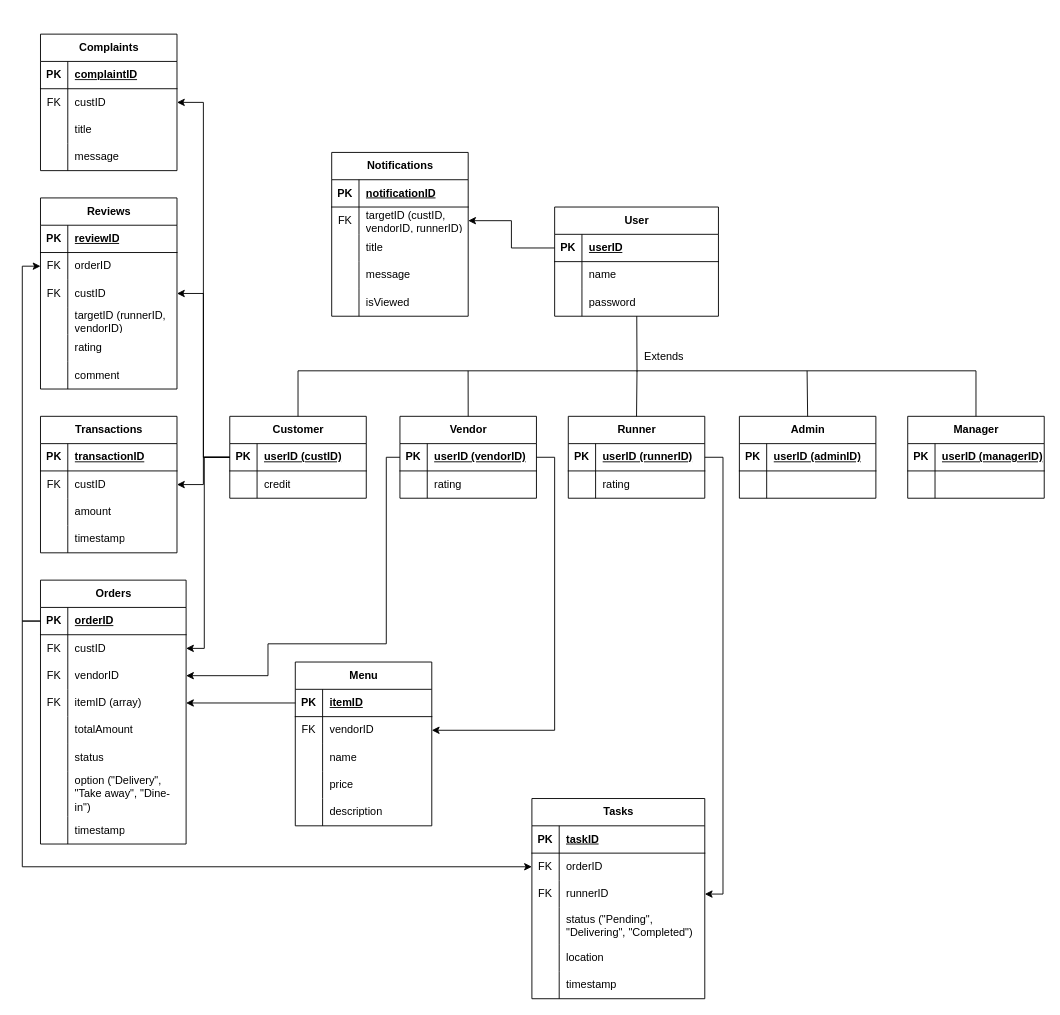
This is ERD (draft).drawio from CodingHub8/Food_Ordering_System, a draw.io file, before an edit. Source tidied: cells renumbered, new cells numbered last; positions are measured from the earlier drawing's top-left corner, leaving out a move shared by most shapes. Both pictures are drawn from the tidied source at 91%, with x=0, y=0 at pixel (40, 34).
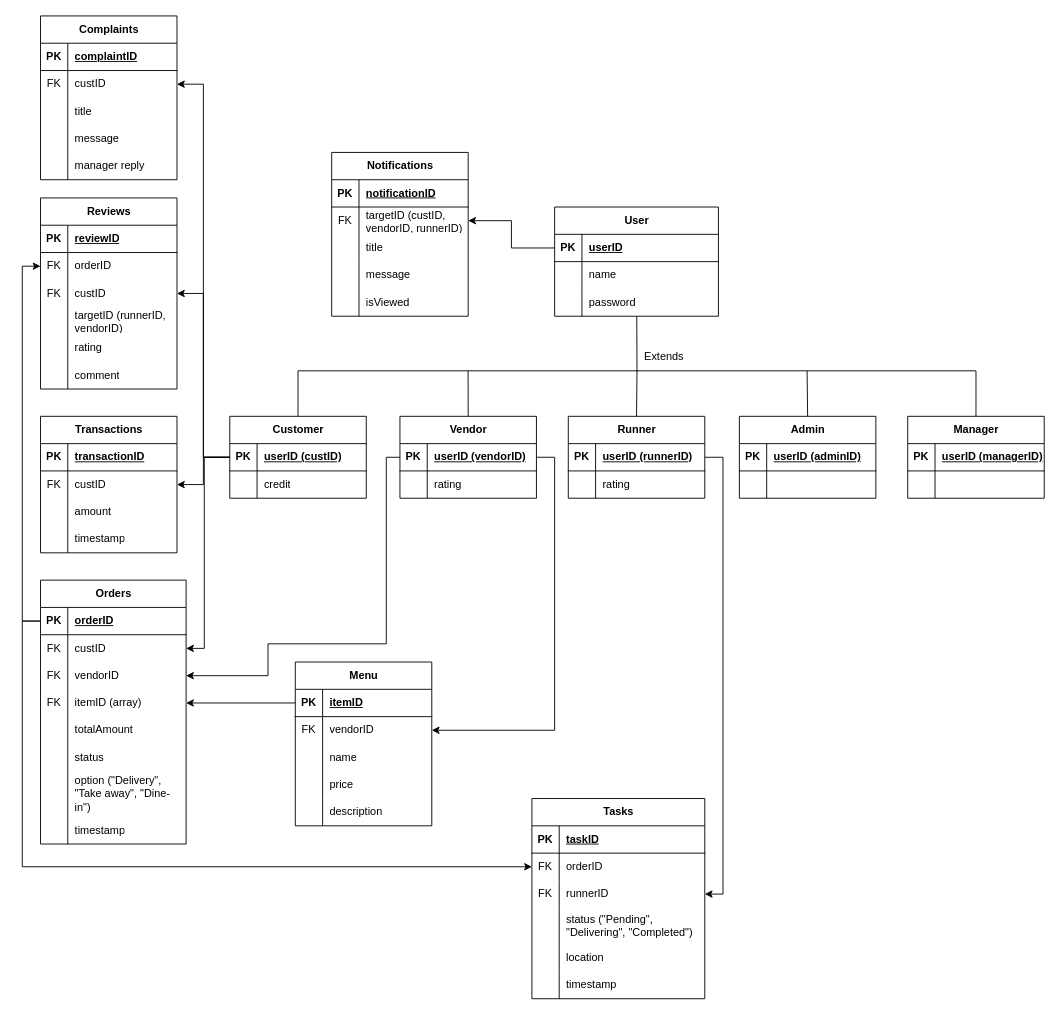
After the change.

What changed in the source:
```diff
@@
     <mxCell id="157" value="Complaints" style="shape=table;startSize=30;childLayout=tableLayout;rowLines=0;fontStyle=1;align=center;html=1;" parent="1" vertex="1">
-      <mxGeometry width="150" height="150" as="geometry" />
+      <mxGeometry y="-20" width="150" height="180" as="geometry" />
     </mxCell>
@@
+    <mxCell id="188" style="shape=tableRow;horizontal=0;startSize=0;swimlaneHead=0;swimlaneBody=0;fillColor=none;top=0;left=0;right=0;bottom=0;" parent="157" vertex="1">
+      <mxGeometry y="150" width="150" height="30" as="geometry" />
+    </mxCell>
+    <mxCell id="189" style="shape=partialRectangle;fillColor=none;top=0;left=0;bottom=0;right=0;overflow=hidden;whiteSpace=wrap;html=1;" parent="188" vertex="1">
+      <mxGeometry width="30" height="30" as="geometry" />
+    </mxCell>
+    <mxCell id="190" value="manager reply" style="shape=partialRectangle;fillColor=none;top=0;left=0;bottom=0;right=0;align=left;spacingLeft=6;overflow=hidden;whiteSpace=wrap;html=1;" parent="188" vertex="1">
+      <mxGeometry x="30" width="120" height="30" as="geometry" />
+    </mxCell>
```
